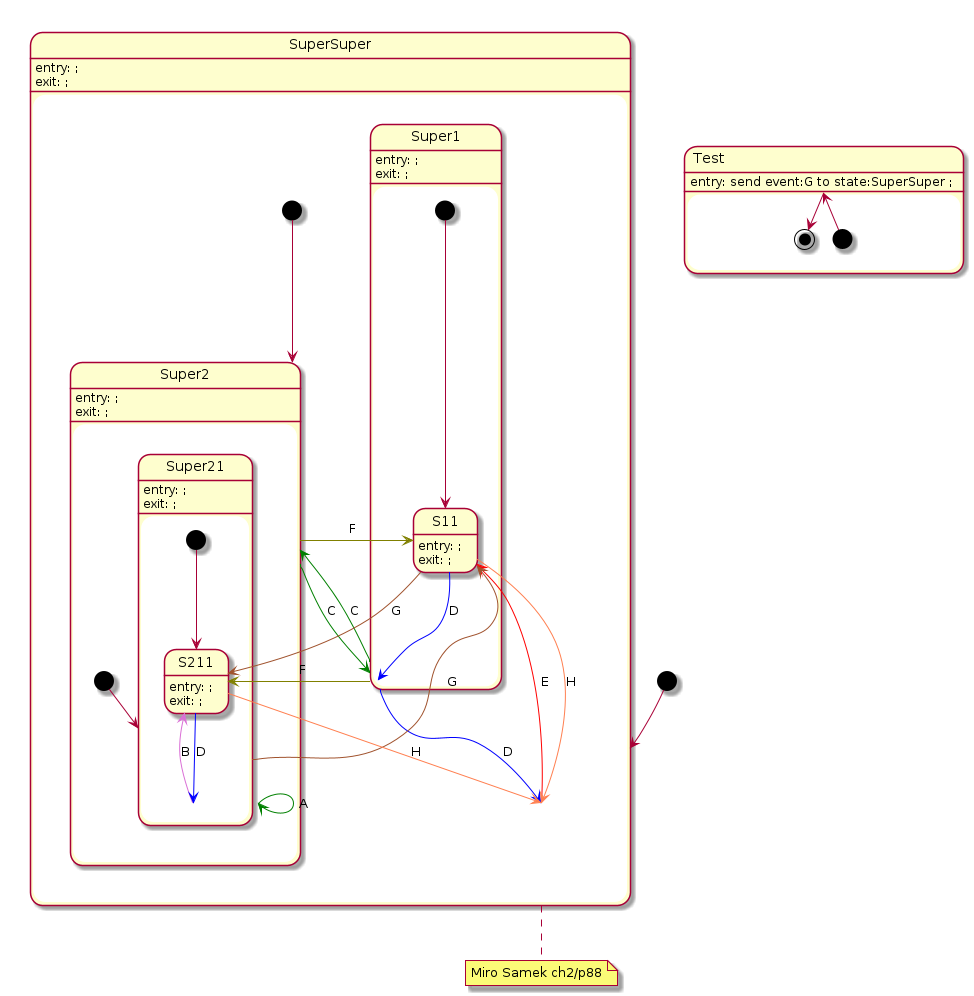
The PlantUML diagram plantuml/hsm/samek0.png in melintea/upml, before a commit. Its source is kept beside it as plantuml/hsm/samek0.plantuml.
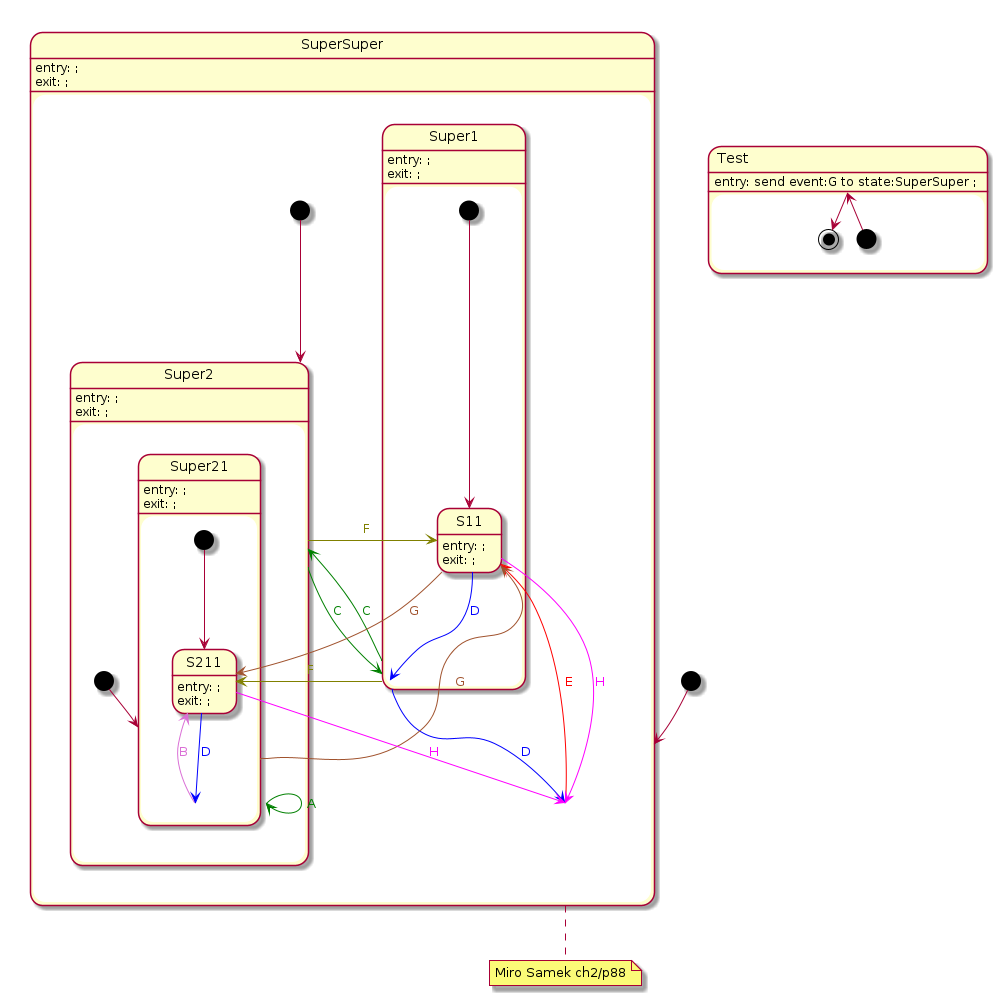
After the change.

Commit message:
color filter

Diff of the diagram source:
```diff
@@ -36,27 +36,27 @@
 }
 
 
-Super21 -[#green]-> Super21 : A
+Super21 -[#green]-> Super21 : <color:green>A </color>
 
-Super21 -[#orchid]-> S211 : B
+Super21 -[#orchid]-> S211 : <color:orchid>B </color>
 
-Super2 -[#green]-> Super1 : C
-Super1 -[#green]-> Super2 : C
+Super2 -[#green]-> Super1 : <color:green>C </color>
+Super1 -[#green]-> Super2 : <color:green>C </color>
 
-S211 -[#blue]-> Super21 : D
-S11 -[#blue]-> Super1 : D
-Super1 -[#blue]-> SuperSuper : D
+S211 -[#blue]-> Super21 : <color:blue>D </color>
+S11 -[#blue]-> Super1 : <color:blue>D </color>
+Super1 -[#blue]-> SuperSuper : <color:blue>D </color>
 
-SuperSuper -[#red]-> S11 : E
+SuperSuper -[#red]-> S11 : <color:red>E </color>
 
-Super2 -[#olive]-> S11 : F
-Super1 -[#olive]-> S211 : F
+Super2 -[#olive]-> S11 : <color:olive>F </color>
+Super1 -[#olive]-> S211 : <color:olive>F </color>
 
-Super21 -[#sienna]-> S11 : G
-S11 -[#sienna]-> S211 : G
+Super21 -[#sienna]-> S11 : <color:sienna>G </color>
+S11 -[#sienna]-> S211 : <color:sienna>G </color>
 
-S211 -[#coral]-> SuperSuper : H
-S11 -[#coral]-> SuperSuper : H
+S211 -[#magenta]-> SuperSuper : <color:magenta>H </color>
+S11 -[#magenta]-> SuperSuper : <color:magenta>H </color>
 
 --
 
```
